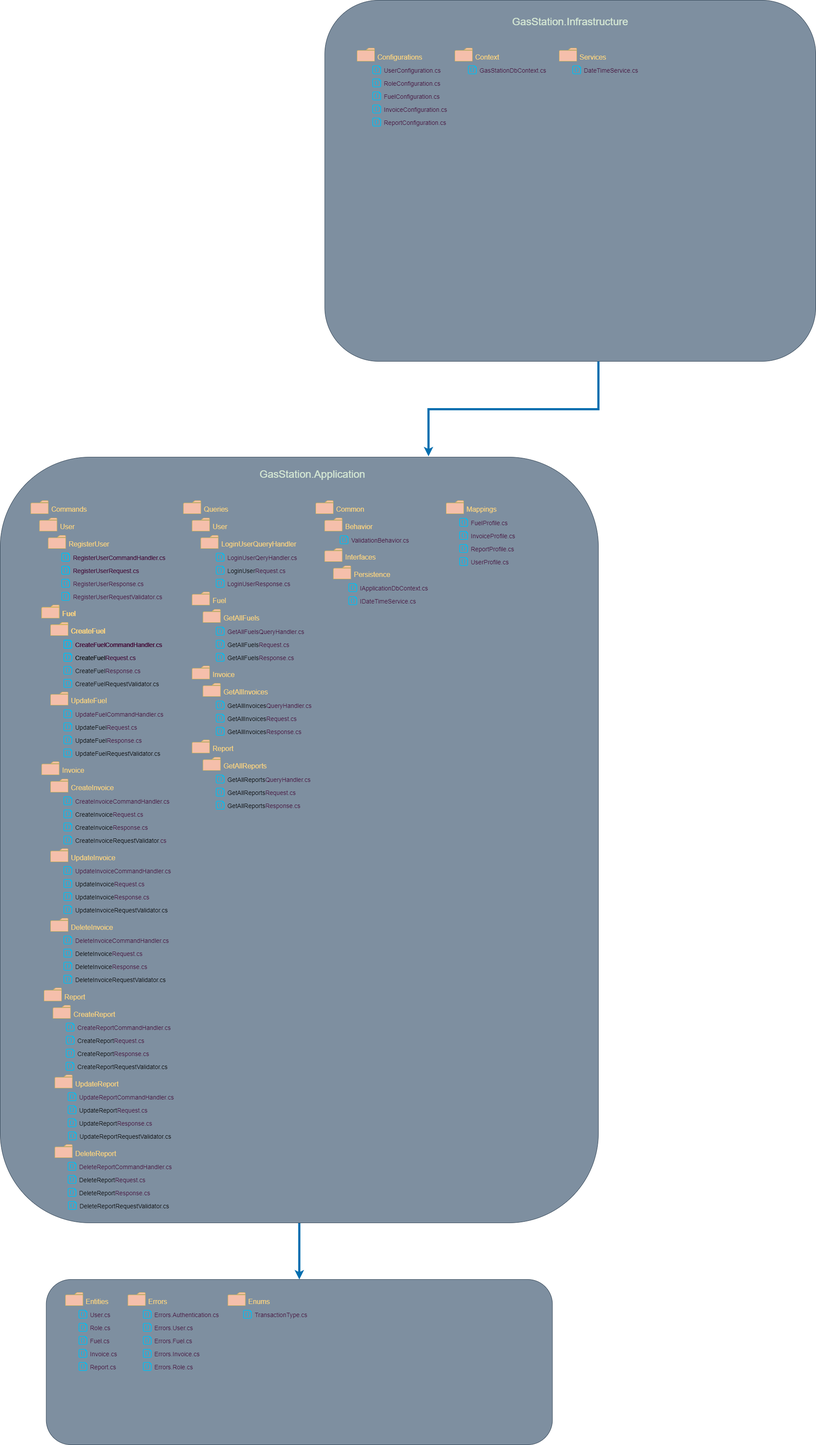
Above: doc/images/DDD-Layer.png in NyIIIa/GasStation (draw.io), before the change. Source tidied: cells renumbered, new cells last; positions are measured from the earlier drawing's top-left corner, leaving out a move shared by most shapes.
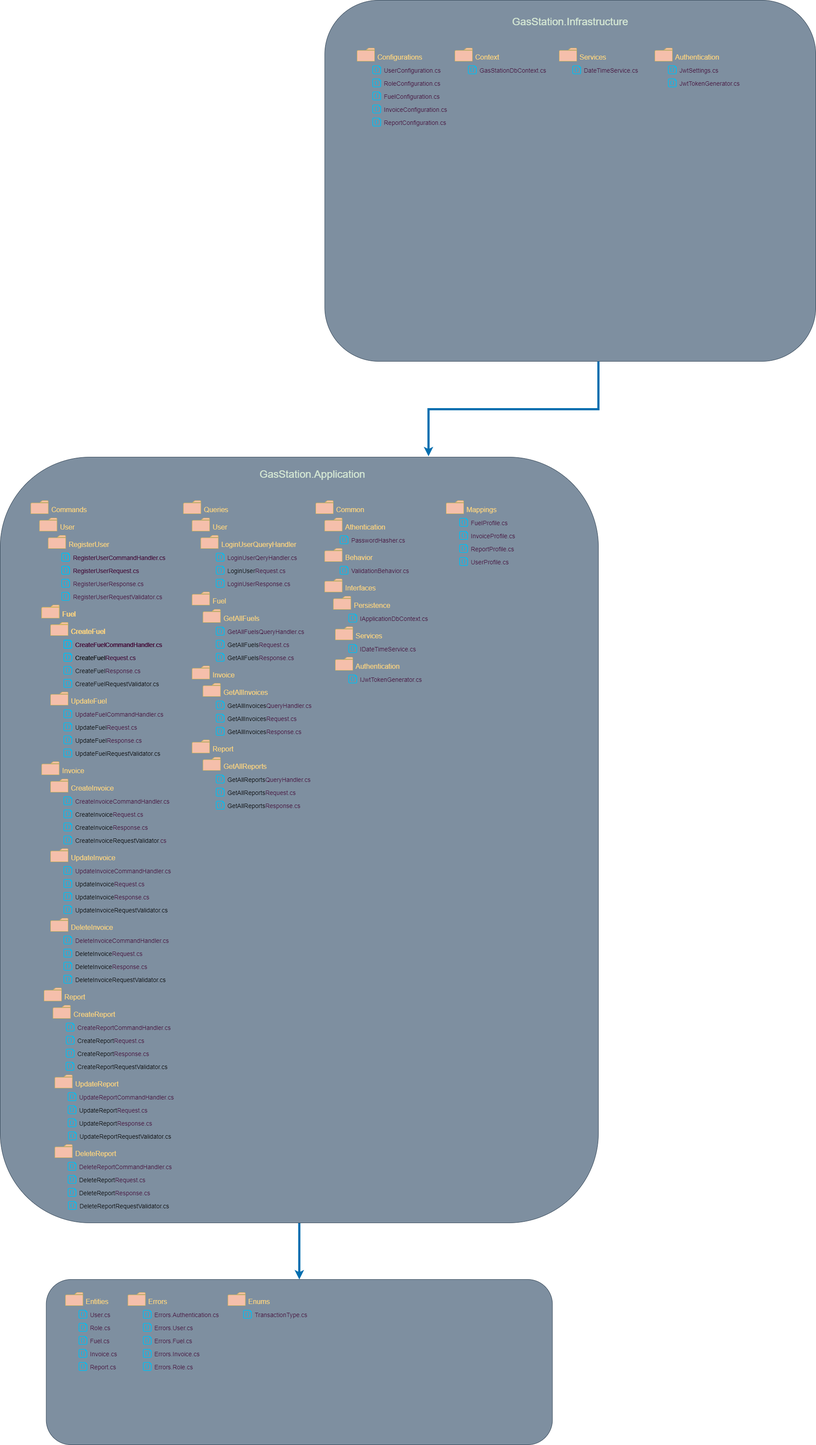
The same diagram one commit later.

The edit, as a diff of the source:
```diff
@@ -35,15 +35,6 @@
     <mxCell id="12" value="&lt;font color=&quot;#ffd57e&quot; style=&quot;font-size: 16px;&quot;&gt;Common&lt;/font&gt;" style="sketch=0;shadow=0;dashed=0;html=1;strokeColor=#d6b656;labelPosition=right;verticalLabelPosition=middle;verticalAlign=middle;align=left;shape=mxgraph.office.concepts.folder;fillColor=#f5bfab;spacingRight=0;spacingLeft=5;spacingBottom=0;spacingTop=11;" parent="1" vertex="1">
       <mxGeometry x="726" y="1150" width="40" height="30" as="geometry" />
     </mxCell>
-    <mxCell id="13" value="&lt;font color=&quot;#ffd57e&quot;&gt;&lt;span style=&quot;font-size: 16px;&quot;&gt;Interfaces&lt;/span&gt;&lt;/font&gt;" style="sketch=0;shadow=0;dashed=0;html=1;strokeColor=#d6b656;labelPosition=right;verticalLabelPosition=middle;verticalAlign=middle;align=left;shape=mxgraph.office.concepts.folder;fillColor=#f5bfab;spacingRight=0;spacingLeft=5;spacingBottom=0;spacingTop=11;" parent="1" vertex="1">
-      <mxGeometry x="746.5" y="1260" width="40" height="30" as="geometry" />
-    </mxCell>
-    <mxCell id="14" value="&lt;font color=&quot;#ffd57e&quot;&gt;&lt;span style=&quot;font-size: 16px;&quot;&gt;Persistence&lt;/span&gt;&lt;/font&gt;" style="sketch=0;shadow=0;dashed=0;html=1;strokeColor=#d6b656;labelPosition=right;verticalLabelPosition=middle;verticalAlign=middle;align=left;shape=mxgraph.office.concepts.folder;fillColor=#f5bfab;spacingRight=0;spacingLeft=5;spacingBottom=0;spacingTop=11;" parent="1" vertex="1">
-      <mxGeometry x="766.5" y="1300" width="40" height="30" as="geometry" />
-    </mxCell>
-    <mxCell id="15" value="&lt;font color=&quot;#410935&quot; style=&quot;font-size: 14px;&quot;&gt;IApplicationDbContext.cs&lt;/font&gt;" style="verticalLabelPosition=middle;html=1;verticalAlign=middle;align=left;strokeColor=none;fillColor=#00BEF2;shape=mxgraph.azure.code_file;labelPosition=right;fontSize=14;spacingLeft=5;spacingTop=4;" parent="1" vertex="1">
-      <mxGeometry x="801" y="1340" width="20" height="20" as="geometry" />
-    </mxCell>
     <mxCell id="16" value="&lt;font color=&quot;#ffd57e&quot; style=&quot;font-size: 16px;&quot;&gt;Commands&lt;/font&gt;" style="sketch=0;shadow=0;dashed=0;html=1;strokeColor=#d6b656;labelPosition=right;verticalLabelPosition=middle;verticalAlign=middle;align=left;shape=mxgraph.office.concepts.folder;fillColor=#f5bfab;spacingRight=0;spacingLeft=5;spacingBottom=0;spacingTop=11;" parent="1" vertex="1">
       <mxGeometry x="70.5" y="1150" width="40" height="30" as="geometry" />
     </mxCell>
@@ -234,7 +225,7 @@
       <mxGeometry x="180.2" y="3130" width="20" height="20" as="geometry" />
     </mxCell>
     <mxCell id="79" value="&lt;font color=&quot;#410935&quot; style=&quot;font-size: 14px;&quot;&gt;IDateTimeService.cs&lt;/font&gt;" style="verticalLabelPosition=middle;html=1;verticalAlign=middle;align=left;strokeColor=none;fillColor=#00BEF2;shape=mxgraph.azure.code_file;labelPosition=right;fontSize=14;spacingLeft=5;spacingTop=4;" parent="1" vertex="1">
-      <mxGeometry x="801" y="1370" width="20" height="20" as="geometry" />
+      <mxGeometry x="801" y="1480" width="20" height="20" as="geometry" />
     </mxCell>
     <mxCell id="80" value="&lt;font color=&quot;#ffd57e&quot;&gt;&lt;span style=&quot;font-size: 16px;&quot;&gt;Enums&lt;/span&gt;&lt;/font&gt;" style="sketch=0;shadow=0;dashed=0;html=1;strokeColor=#d6b656;labelPosition=right;verticalLabelPosition=middle;verticalAlign=middle;align=left;shape=mxgraph.office.concepts.folder;fillColor=#f5bfab;spacingRight=0;spacingLeft=5;spacingBottom=0;spacingTop=11;" parent="1" vertex="1">
       <mxGeometry x="523.8" y="2970" width="40" height="30" as="geometry" />
@@ -297,10 +288,10 @@
       <mxGeometry x="328.2" y="3130" width="20" height="20" as="geometry" />
     </mxCell>
     <mxCell id="100" value="&lt;font color=&quot;#ffd57e&quot;&gt;&lt;span style=&quot;font-size: 16px;&quot;&gt;Behavior&lt;/span&gt;&lt;/font&gt;" style="sketch=0;shadow=0;dashed=0;html=1;strokeColor=#d6b656;labelPosition=right;verticalLabelPosition=middle;verticalAlign=middle;align=left;shape=mxgraph.office.concepts.folder;fillColor=#f5bfab;spacingRight=0;spacingLeft=5;spacingBottom=0;spacingTop=11;" parent="1" vertex="1">
-      <mxGeometry x="746.5" y="1190" width="40" height="30" as="geometry" />
+      <mxGeometry x="746.5" y="1260" width="40" height="30" as="geometry" />
     </mxCell>
     <mxCell id="101" value="&lt;font color=&quot;#410935&quot; style=&quot;font-size: 14px;&quot;&gt;ValidationBehavior.cs&lt;/font&gt;" style="verticalLabelPosition=middle;html=1;verticalAlign=middle;align=left;strokeColor=none;fillColor=#00BEF2;shape=mxgraph.azure.code_file;labelPosition=right;fontSize=14;spacingLeft=5;spacingTop=4;" parent="1" vertex="1">
-      <mxGeometry x="781" y="1230" width="20" height="20" as="geometry" />
+      <mxGeometry x="781" y="1300" width="20" height="20" as="geometry" />
     </mxCell>
     <mxCell id="102" value="&lt;font color=&quot;#ffd57e&quot; style=&quot;font-size: 16px;&quot;&gt;Fuel&lt;/font&gt;" style="sketch=0;shadow=0;dashed=0;html=1;strokeColor=#d6b656;labelPosition=right;verticalLabelPosition=middle;verticalAlign=middle;align=left;shape=mxgraph.office.concepts.folder;fillColor=#f5bfab;spacingRight=0;spacingLeft=5;spacingBottom=0;spacingTop=11;" parent="1" vertex="1">
       <mxGeometry x="95.5" y="1390" width="40" height="30" as="geometry" />
@@ -379,5 +370,38 @@
         <mxPoint x="1376" y="830" as="sourcePoint" />
       </mxGeometry>
     </mxCell>
+    <mxCell id="127" value="&lt;font color=&quot;#ffd57e&quot;&gt;&lt;span style=&quot;font-size: 16px;&quot;&gt;Authentication&lt;/span&gt;&lt;/font&gt;" style="sketch=0;shadow=0;dashed=0;html=1;strokeColor=#d6b656;labelPosition=right;verticalLabelPosition=middle;verticalAlign=middle;align=left;shape=mxgraph.office.concepts.folder;fillColor=#f5bfab;spacingRight=0;spacingLeft=5;spacingBottom=0;spacingTop=11;" parent="1" vertex="1">
+      <mxGeometry x="1506" y="110" width="40" height="30" as="geometry" />
+    </mxCell>
+    <mxCell id="128" value="&lt;font color=&quot;#410935&quot; style=&quot;font-size: 14px;&quot;&gt;JwtSettings.cs&lt;/font&gt;" style="verticalLabelPosition=middle;html=1;verticalAlign=middle;align=left;strokeColor=none;fillColor=#00BEF2;shape=mxgraph.azure.code_file;labelPosition=right;fontSize=14;spacingLeft=5;spacingTop=4;" parent="1" vertex="1">
+      <mxGeometry x="1536" y="150" width="20" height="20" as="geometry" />
+    </mxCell>
+    <mxCell id="129" value="&lt;font color=&quot;#410935&quot; style=&quot;font-size: 14px;&quot;&gt;JwtTokenGenerator.cs&lt;/font&gt;" style="verticalLabelPosition=middle;html=1;verticalAlign=middle;align=left;strokeColor=none;fillColor=#00BEF2;shape=mxgraph.azure.code_file;labelPosition=right;fontSize=14;spacingLeft=5;spacingTop=4;" parent="1" vertex="1">
+      <mxGeometry x="1536" y="180" width="20" height="20" as="geometry" />
+    </mxCell>
+    <mxCell id="130" value="&lt;font color=&quot;#ffd57e&quot;&gt;&lt;span style=&quot;font-size: 16px;&quot;&gt;Athentication&lt;/span&gt;&lt;/font&gt;" style="sketch=0;shadow=0;dashed=0;html=1;strokeColor=#d6b656;labelPosition=right;verticalLabelPosition=middle;verticalAlign=middle;align=left;shape=mxgraph.office.concepts.folder;fillColor=#f5bfab;spacingRight=0;spacingLeft=5;spacingBottom=0;spacingTop=11;" parent="1" vertex="1">
+      <mxGeometry x="746.5" y="1190" width="40" height="30" as="geometry" />
+    </mxCell>
+    <mxCell id="131" value="&lt;font color=&quot;#410935&quot; style=&quot;font-size: 14px;&quot;&gt;PasswordHasher.cs&lt;/font&gt;" style="verticalLabelPosition=middle;html=1;verticalAlign=middle;align=left;strokeColor=none;fillColor=#00BEF2;shape=mxgraph.azure.code_file;labelPosition=right;fontSize=14;spacingLeft=5;spacingTop=4;" parent="1" vertex="1">
+      <mxGeometry x="781" y="1230" width="20" height="20" as="geometry" />
+    </mxCell>
+    <mxCell id="132" value="&lt;font color=&quot;#ffd57e&quot;&gt;&lt;span style=&quot;font-size: 16px;&quot;&gt;Authentication&lt;/span&gt;&lt;/font&gt;" style="sketch=0;shadow=0;dashed=0;html=1;strokeColor=#d6b656;labelPosition=right;verticalLabelPosition=middle;verticalAlign=middle;align=left;shape=mxgraph.office.concepts.folder;fillColor=#f5bfab;spacingRight=0;spacingLeft=5;spacingBottom=0;spacingTop=11;" parent="1" vertex="1">
+      <mxGeometry x="771" y="1510" width="40" height="30" as="geometry" />
+    </mxCell>
+    <mxCell id="133" value="&lt;font color=&quot;#410935&quot;&gt;IJwtTokenGenerator.cs&lt;/font&gt;" style="verticalLabelPosition=middle;html=1;verticalAlign=middle;align=left;strokeColor=none;fillColor=#00BEF2;shape=mxgraph.azure.code_file;labelPosition=right;fontSize=14;spacingLeft=5;spacingTop=4;" parent="1" vertex="1">
+      <mxGeometry x="801" y="1550" width="20" height="20" as="geometry" />
+    </mxCell>
+    <mxCell id="13" value="&lt;font color=&quot;#ffd57e&quot;&gt;&lt;span style=&quot;font-size: 16px;&quot;&gt;Interfaces&lt;/span&gt;&lt;/font&gt;" style="sketch=0;shadow=0;dashed=0;html=1;strokeColor=#d6b656;labelPosition=right;verticalLabelPosition=middle;verticalAlign=middle;align=left;shape=mxgraph.office.concepts.folder;fillColor=#f5bfab;spacingRight=0;spacingLeft=5;spacingBottom=0;spacingTop=11;" parent="1" vertex="1">
+      <mxGeometry x="746.5" y="1330" width="40" height="30" as="geometry" />
+    </mxCell>
+    <mxCell id="14" value="&lt;font color=&quot;#ffd57e&quot;&gt;&lt;span style=&quot;font-size: 16px;&quot;&gt;Persistence&lt;/span&gt;&lt;/font&gt;" style="sketch=0;shadow=0;dashed=0;html=1;strokeColor=#d6b656;labelPosition=right;verticalLabelPosition=middle;verticalAlign=middle;align=left;shape=mxgraph.office.concepts.folder;fillColor=#f5bfab;spacingRight=0;spacingLeft=5;spacingBottom=0;spacingTop=11;" parent="1" vertex="1">
+      <mxGeometry x="766.5" y="1370" width="40" height="30" as="geometry" />
+    </mxCell>
+    <mxCell id="15" value="&lt;font color=&quot;#410935&quot; style=&quot;font-size: 14px;&quot;&gt;IApplicationDbContext.cs&lt;/font&gt;" style="verticalLabelPosition=middle;html=1;verticalAlign=middle;align=left;strokeColor=none;fillColor=#00BEF2;shape=mxgraph.azure.code_file;labelPosition=right;fontSize=14;spacingLeft=5;spacingTop=4;" parent="1" vertex="1">
+      <mxGeometry x="801" y="1410" width="20" height="20" as="geometry" />
+    </mxCell>
+    <mxCell id="134" value="&lt;font color=&quot;#ffd57e&quot;&gt;&lt;span style=&quot;font-size: 16px;&quot;&gt;Services&lt;/span&gt;&lt;/font&gt;" style="sketch=0;shadow=0;dashed=0;html=1;strokeColor=#d6b656;labelPosition=right;verticalLabelPosition=middle;verticalAlign=middle;align=left;shape=mxgraph.office.concepts.folder;fillColor=#f5bfab;spacingRight=0;spacingLeft=5;spacingBottom=0;spacingTop=11;" parent="1" vertex="1">
+      <mxGeometry x="771" y="1440" width="40" height="30" as="geometry" />
+    </mxCell>
   </root>
 </mxGraphModel>
```
